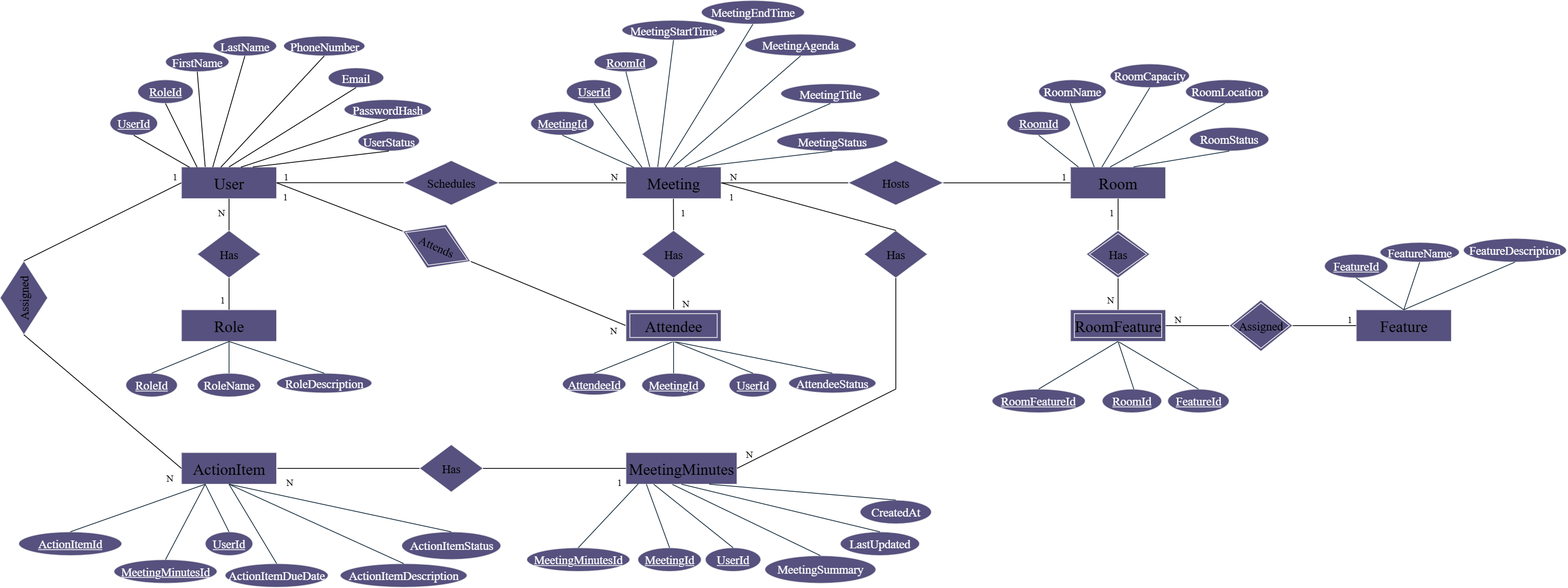
This is db/erd/SmartMeetingRoom-ERD (draw.io).png from NabilMx99/SmartMeetingRoom, a draw.io export, as it was before one commit. Source tidied: cells renumbered, new cells last; positions are measured from the earlier drawing's top-left corner, leaving out a move shared by most shapes.
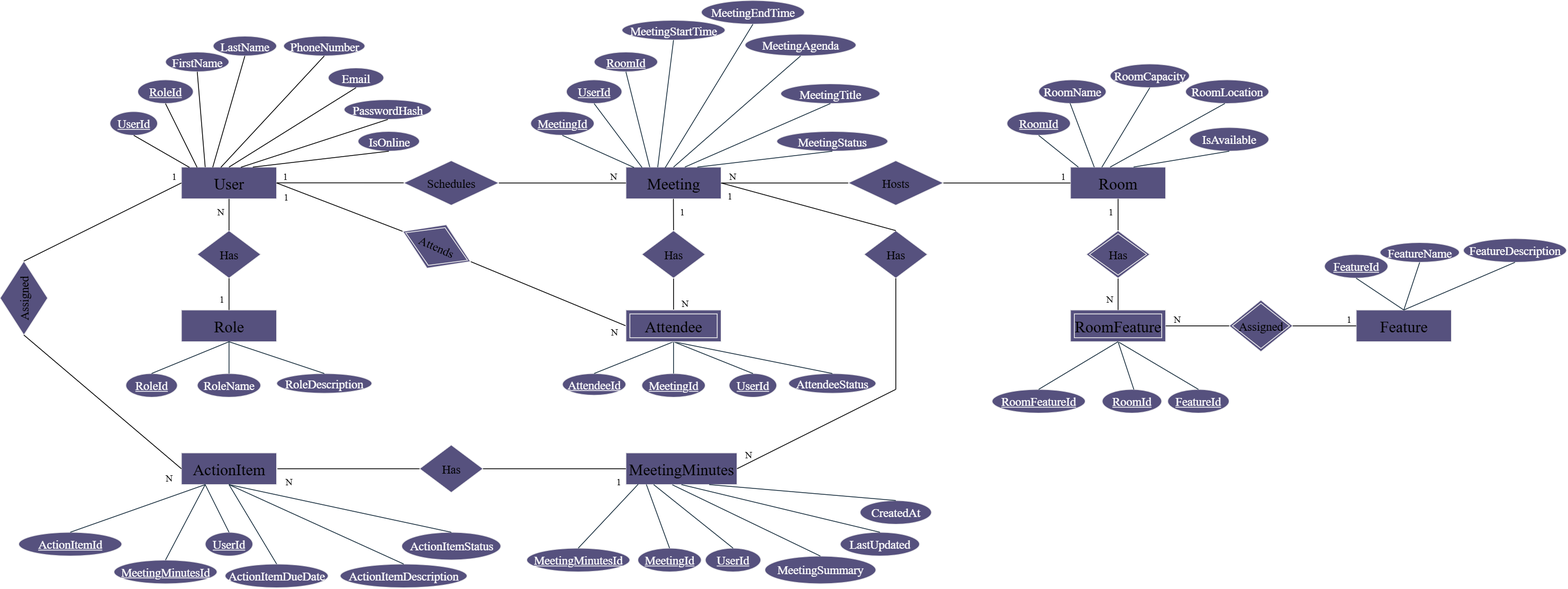
The same file after the commit.

Commit message:
Update SmartMeetingRoom ERD via (draw.io)

Change to the diagram source:
```diff
@@ -26,7 +26,7 @@
     <mxCell id="9" value="&lt;font style=&quot;font-size: 15px;&quot;&gt;PasswordHash&lt;/font&gt;" style="ellipse;whiteSpace=wrap;html=1;align=center;strokeColor=#EEEEEE;fontColor=#FFFFFF;fillColor=light-dark(#56517E,#FFFFFF);strokeWidth=1;fontFamily=Times New Roman;" parent="1" vertex="1">
       <mxGeometry x="450" y="125" width="110" height="25" as="geometry" />
     </mxCell>
-    <mxCell id="10" value="&lt;font style=&quot;font-size: 15px;&quot;&gt;UserStatus&lt;/font&gt;" style="ellipse;whiteSpace=wrap;html=1;align=center;strokeColor=#EEEEEE;fontColor=#FFFFFF;fillColor=light-dark(#56517E,#FFFFFF);strokeWidth=1;fontFamily=Times New Roman;" parent="1" vertex="1">
+    <mxCell id="10" value="&lt;font style=&quot;font-size: 15px;&quot;&gt;IsOnline&lt;/font&gt;" style="ellipse;whiteSpace=wrap;html=1;align=center;strokeColor=#EEEEEE;fontColor=#FFFFFF;fillColor=light-dark(#56517E,#FFFFFF);strokeWidth=1;fontFamily=Times New Roman;" parent="1" vertex="1">
       <mxGeometry x="467.5" y="165" width="77.5" height="25" as="geometry" />
     </mxCell>
     <mxCell id="11" value="&lt;font style=&quot;color: light-dark(rgb(0, 0, 0), rgb(0, 0, 0));&quot;&gt;Role&lt;/font&gt;" style="whiteSpace=wrap;html=1;align=center;strokeColor=#EEEEEE;fontColor=#FFFFFF;fillColor=#56517E;fontFamily=Times New Roman;fontSize=20;" parent="1" vertex="1">
@@ -71,7 +71,7 @@
     <mxCell id="24" value="&lt;font style=&quot;font-size: 15px;&quot;&gt;RoomLocation&lt;/font&gt;" style="ellipse;whiteSpace=wrap;html=1;align=center;strokeColor=#EEEEEE;fontColor=#FFFFFF;fillColor=light-dark(#56517E,#FFFFFF);strokeWidth=1;fontFamily=Times New Roman;" parent="1" vertex="1">
       <mxGeometry x="1510" y="100" width="105" height="30" as="geometry" />
     </mxCell>
-    <mxCell id="25" value="&lt;font style=&quot;font-size: 15px;&quot;&gt;RoomStatus&lt;/font&gt;" style="ellipse;whiteSpace=wrap;html=1;align=center;strokeColor=#EEEEEE;fontColor=#FFFFFF;fillColor=light-dark(#56517E,#FFFFFF);strokeWidth=1;fontFamily=Times New Roman;" parent="1" vertex="1">
+    <mxCell id="25" value="&lt;font style=&quot;font-size: 15px;&quot;&gt;IsAvailable&lt;/font&gt;" style="ellipse;whiteSpace=wrap;html=1;align=center;strokeColor=#EEEEEE;fontColor=#FFFFFF;fillColor=light-dark(#56517E,#FFFFFF);strokeWidth=1;fontFamily=Times New Roman;" parent="1" vertex="1">
       <mxGeometry x="1515" y="160" width="100" height="30" as="geometry" />
     </mxCell>
     <mxCell id="26" style="endArrow=none;html=1;rounded=0;strokeColor=light-dark(#182E3E,#000000);entryX=0.083;entryY=0.001;entryDx=0;entryDy=0;strokeWidth=1;exitX=0.5;exitY=1;exitDx=0;exitDy=0;entryPerimeter=0;" parent="1" edge="1" source="21" target="19">
```
